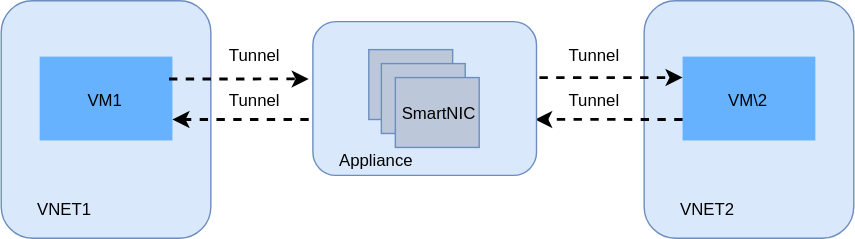
Above: documentation/vnet2vnet-service/design/images/vm-to-vm-communication-vnet.svg in sonic-net/DASH (draw.io), before the change. Source tidied: cells renumbered, new cells last; positions are measured from the earlier drawing's top-left corner, leaving out a move shared by most shapes. The source it was exported from:
```xml
<mxGraphModel>
  <root>
    <mxCell id="0" />
    <mxCell id="1" parent="0" />
    <mxCell id="2" style="group;" parent="1" vertex="1">
      <mxGeometry width="150" height="170" as="geometry" />
    </mxCell>
    <mxCell id="3" style="rounded=1;whiteSpace=wrap;html=1;fillColor=#dae8fc;strokeColor=#6c8ebf;" parent="2" vertex="1">
      <mxGeometry width="150" height="170" as="geometry" />
    </mxCell>
    <mxCell id="4" value="VNET1" style="text;html=1;align=center;verticalAlign=middle;strokeColor=none;fillColor=none;" parent="2" vertex="1">
      <mxGeometry x="20" y="140" width="50" height="20" as="geometry" />
    </mxCell>
    <mxCell id="5" style="group;" parent="2" vertex="1">
      <mxGeometry x="27.5" y="40" width="95" height="60" as="geometry" />
    </mxCell>
    <mxCell id="6" style="rounded=0;whiteSpace=wrap;html=1;fillColor=#66B2FF;strokeColor=none;" parent="5" vertex="1">
      <mxGeometry width="95" height="60" as="geometry" />
    </mxCell>
    <mxCell id="7" value="VM1" style="text;html=1;align=center;verticalAlign=middle;strokeColor=none;fillColor=none;" parent="5" vertex="1">
      <mxGeometry x="26.5" y="22" width="40" height="20" as="geometry" />
    </mxCell>
    <mxCell id="8" style="group;" parent="1" vertex="1">
      <mxGeometry x="460" width="150" height="170" as="geometry" />
    </mxCell>
    <mxCell id="9" style="rounded=1;whiteSpace=wrap;html=1;fillColor=#dae8fc;strokeColor=#6c8ebf;" parent="8" vertex="1">
      <mxGeometry width="150" height="170" as="geometry" />
    </mxCell>
    <mxCell id="10" value="VNET2" style="text;html=1;align=center;verticalAlign=middle;strokeColor=none;fillColor=none;" parent="8" vertex="1">
      <mxGeometry x="20" y="140" width="50" height="20" as="geometry" />
    </mxCell>
    <mxCell id="11" style="group;" parent="8" vertex="1">
      <mxGeometry x="27.5" y="40" width="95" height="60" as="geometry" />
    </mxCell>
    <mxCell id="12" style="rounded=0;whiteSpace=wrap;html=1;fillColor=#66B2FF;strokeColor=none;" parent="11" vertex="1">
      <mxGeometry width="95" height="60" as="geometry" />
    </mxCell>
    <mxCell id="13" value="VM\2" style="text;html=1;align=center;verticalAlign=middle;strokeColor=none;fillColor=none;" parent="11" vertex="1">
      <mxGeometry x="26.5" y="22" width="40" height="20" as="geometry" />
    </mxCell>
    <mxCell id="14" style="edgeStyle=orthogonalEdgeStyle;rounded=0;jettySize=auto;html=1;exitX=0.974;exitY=0.267;exitDx=0;exitDy=0;strokeWidth=2;dashed=1;exitPerimeter=0;" parent="1" edge="1" source="6">
      <mxGeometry relative="1" as="geometry">
        <mxPoint x="220" y="56" as="targetPoint" />
      </mxGeometry>
    </mxCell>
    <mxCell id="15" style="edgeStyle=orthogonalEdgeStyle;rounded=0;jettySize=auto;html=1;entryX=1;entryY=0.75;entryDx=0;entryDy=0;strokeWidth=2;dashed=1;" parent="1" edge="1" target="6">
      <mxGeometry relative="1" as="geometry">
        <mxPoint x="220" y="85" as="sourcePoint" />
      </mxGeometry>
    </mxCell>
    <mxCell id="16" style="edgeStyle=orthogonalEdgeStyle;rounded=0;jettySize=auto;html=1;entryX=0;entryY=0.25;entryDx=0;entryDy=0;strokeWidth=2;dashed=1;exitX=1.013;exitY=0.364;exitDx=0;exitDy=0;exitPerimeter=0;" parent="1" edge="1" source="23" target="12">
      <mxGeometry relative="1" as="geometry" />
    </mxCell>
    <mxCell id="17" style="edgeStyle=orthogonalEdgeStyle;rounded=0;jettySize=auto;html=1;exitX=0;exitY=0.75;exitDx=0;exitDy=0;strokeWidth=2;dashed=1;entryX=0.994;entryY=0.636;entryDx=0;entryDy=0;entryPerimeter=0;" parent="1" edge="1" source="12" target="23">
      <mxGeometry relative="1" as="geometry" />
    </mxCell>
    <mxCell id="18" value="Tunnel" style="text;html=1;align=center;verticalAlign=middle;strokeColor=none;fillColor=none;" parent="1" vertex="1">
      <mxGeometry x="399" y="62" width="50" height="20" as="geometry" />
    </mxCell>
    <mxCell id="19" value="Tunnel" style="text;html=1;align=center;verticalAlign=middle;strokeColor=none;fillColor=none;" parent="1" vertex="1">
      <mxGeometry x="156" y="30" width="50" height="20" as="geometry" />
    </mxCell>
    <mxCell id="20" value="Tunnel" style="text;html=1;align=center;verticalAlign=middle;strokeColor=none;fillColor=none;" parent="1" vertex="1">
      <mxGeometry x="156" y="62" width="50" height="20" as="geometry" />
    </mxCell>
    <mxCell id="21" value="Tunnel" style="text;html=1;align=center;verticalAlign=middle;strokeColor=none;fillColor=none;" parent="1" vertex="1">
      <mxGeometry x="399" y="30" width="50" height="20" as="geometry" />
    </mxCell>
    <mxCell id="22" style="group;" parent="1" vertex="1">
      <mxGeometry x="223" y="15" width="160" height="110" as="geometry" />
    </mxCell>
    <mxCell id="23" style="rounded=1;whiteSpace=wrap;html=1;fillColor=#dae8fc;strokeColor=#6c8ebf;fontStyle=0;" parent="22" vertex="1">
      <mxGeometry width="160" height="110" as="geometry" />
    </mxCell>
    <mxCell id="24" value="&lt;span&gt;Appliance&lt;/span&gt;" style="text;html=1;align=center;verticalAlign=middle;strokeColor=none;fillColor=none;fontStyle=0;" parent="22" vertex="1">
      <mxGeometry x="10" y="90" width="70" height="20" as="geometry" />
    </mxCell>
    <mxCell id="25" style="rounded=0;whiteSpace=wrap;html=1;fillColor=#BCC8D9;strokeColor=#6c8ebf;fontStyle=0;" parent="22" vertex="1">
      <mxGeometry x="40" y="20" width="60" height="50" as="geometry" />
    </mxCell>
    <mxCell id="26" style="rounded=0;whiteSpace=wrap;html=1;fillColor=#BCC8D9;strokeColor=#6c8ebf;fontStyle=0;" parent="22" vertex="1">
      <mxGeometry x="49" y="30" width="60" height="50" as="geometry" />
    </mxCell>
    <mxCell id="27" style="rounded=0;whiteSpace=wrap;html=1;fillColor=#BCC8D9;strokeColor=#6c8ebf;fontStyle=0;" parent="22" vertex="1">
      <mxGeometry x="59" y="40" width="60" height="50" as="geometry" />
    </mxCell>
    <mxCell id="28" value="SmartNIC" style="text;whiteSpace=wrap;html=1;fontSize=12;" parent="22" vertex="1">
      <mxGeometry x="62" y="52" width="30" height="30" as="geometry" />
    </mxCell>
  </root>
</mxGraphModel>
```
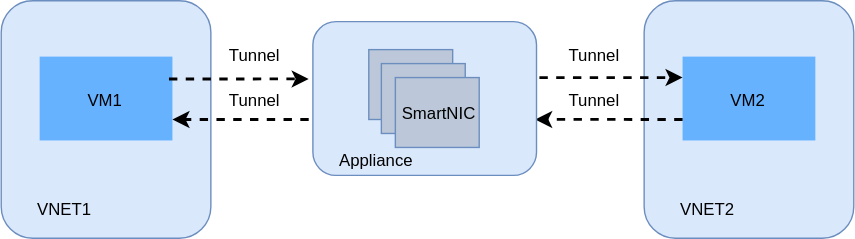
Above is the later version.

What changed in the source:
```diff
@@ -35,7 +35,7 @@
     <mxCell id="12" style="rounded=0;whiteSpace=wrap;html=1;fillColor=#66B2FF;strokeColor=none;" parent="11" vertex="1">
       <mxGeometry width="95" height="60" as="geometry" />
     </mxCell>
-    <mxCell id="13" value="VM\2" style="text;html=1;align=center;verticalAlign=middle;strokeColor=none;fillColor=none;" parent="11" vertex="1">
+    <mxCell id="13" value="VM2" style="text;html=1;align=center;verticalAlign=middle;strokeColor=none;fillColor=none;" parent="11" vertex="1">
       <mxGeometry x="26.5" y="22" width="40" height="20" as="geometry" />
     </mxCell>
     <mxCell id="14" style="edgeStyle=orthogonalEdgeStyle;rounded=0;jettySize=auto;html=1;exitX=0.974;exitY=0.267;exitDx=0;exitDy=0;strokeWidth=2;dashed=1;exitPerimeter=0;" parent="1" edge="1" source="6">
```
